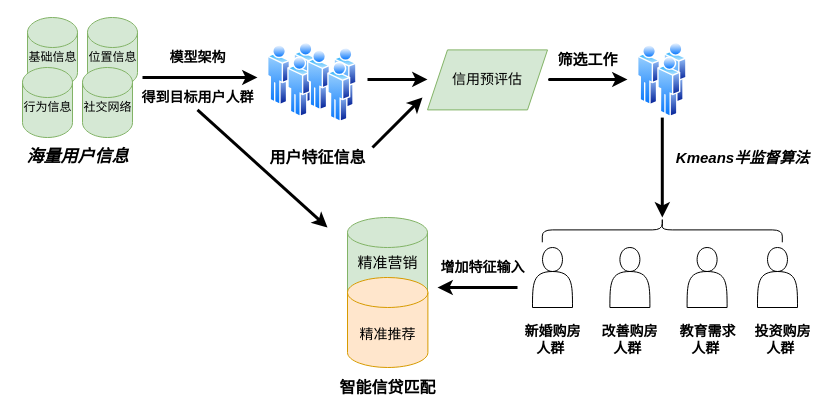
The draw.io diagram 流程图 Diagram.drawio in Jackieze/hello-python, before the edit. Source tidied: cells renumbered, new cells numbered last; positions are measured from the earlier drawing's top-left corner, leaving out a move shared by most shapes. Both pictures are drawn from the tidied source at 100%, with x=0, y=0 at pixel (17, 17).
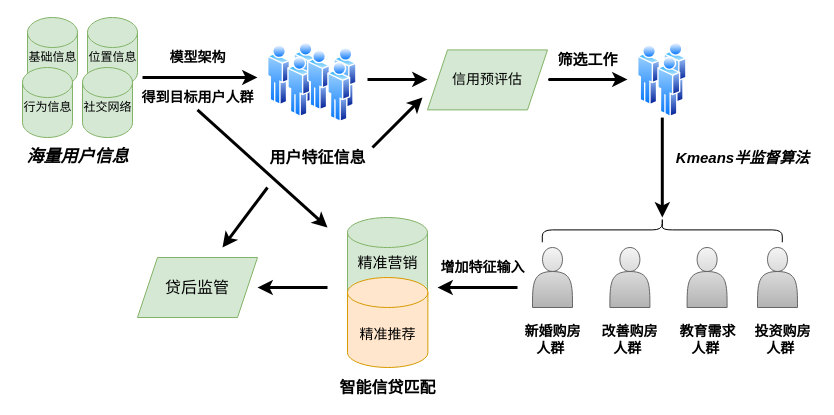
Above is the later version.

Change to the diagram source:
```diff
@@
-    <mxCell id="29" style="shape=actor;whiteSpace=wrap;html=1;" parent="1" vertex="1">
+    <mxCell id="29" style="shape=actor;whiteSpace=wrap;html=1;gradientColor=#b3b3b3;fillColor=#f5f5f5;strokeColor=#666666;" parent="1" vertex="1">
       <mxGeometry x="515" y="230" width="40" height="60" as="geometry" />
     </mxCell>
-    <mxCell id="30" style="shape=actor;whiteSpace=wrap;html=1;" parent="1" vertex="1">
+    <mxCell id="30" style="shape=actor;whiteSpace=wrap;html=1;gradientColor=#b3b3b3;fillColor=#f5f5f5;strokeColor=#666666;" parent="1" vertex="1">
       <mxGeometry x="592.4" y="230" width="40" height="60" as="geometry" />
     </mxCell>
-    <mxCell id="31" style="shape=actor;whiteSpace=wrap;html=1;" parent="1" vertex="1">
+    <mxCell id="31" style="shape=actor;whiteSpace=wrap;html=1;gradientColor=#b3b3b3;fillColor=#f5f5f5;strokeColor=#666666;" parent="1" vertex="1">
       <mxGeometry x="669.6" y="230" width="40" height="60" as="geometry" />
     </mxCell>
-    <mxCell id="32" style="shape=actor;whiteSpace=wrap;html=1;" parent="1" vertex="1">
+    <mxCell id="32" style="shape=actor;whiteSpace=wrap;html=1;gradientColor=#b3b3b3;fillColor=#f5f5f5;strokeColor=#666666;" parent="1" vertex="1">
       <mxGeometry x="740" y="230" width="40" height="60" as="geometry" />
     </mxCell>
@@
+    <mxCell id="42" style="endArrow=classic;html=1;strokeWidth=3;" parent="1" edge="1">
+      <mxGeometry relative="1" as="geometry">
+        <mxPoint x="310" y="270" as="sourcePoint" />
+        <mxPoint x="240" y="270" as="targetPoint" />
+      </mxGeometry>
+    </mxCell>
+    <mxCell id="43" value="&lt;font style=&quot;font-size: 16px&quot;&gt;贷后监管&lt;/font&gt;" style="shape=parallelogram;perimeter=parallelogramPerimeter;whiteSpace=wrap;html=1;fixedSize=1;fillColor=#d5e8d4;strokeColor=#82b366;" parent="1" vertex="1">
+      <mxGeometry x="120" y="240" width="120" height="60" as="geometry" />
+    </mxCell>
+    <mxCell id="44" style="endArrow=classic;html=1;strokeWidth=3;" parent="1" edge="1">
+      <mxGeometry relative="1" as="geometry">
+        <mxPoint x="250" y="170" as="sourcePoint" />
+        <mxPoint x="205" y="230" as="targetPoint" />
+      </mxGeometry>
+    </mxCell>
```
